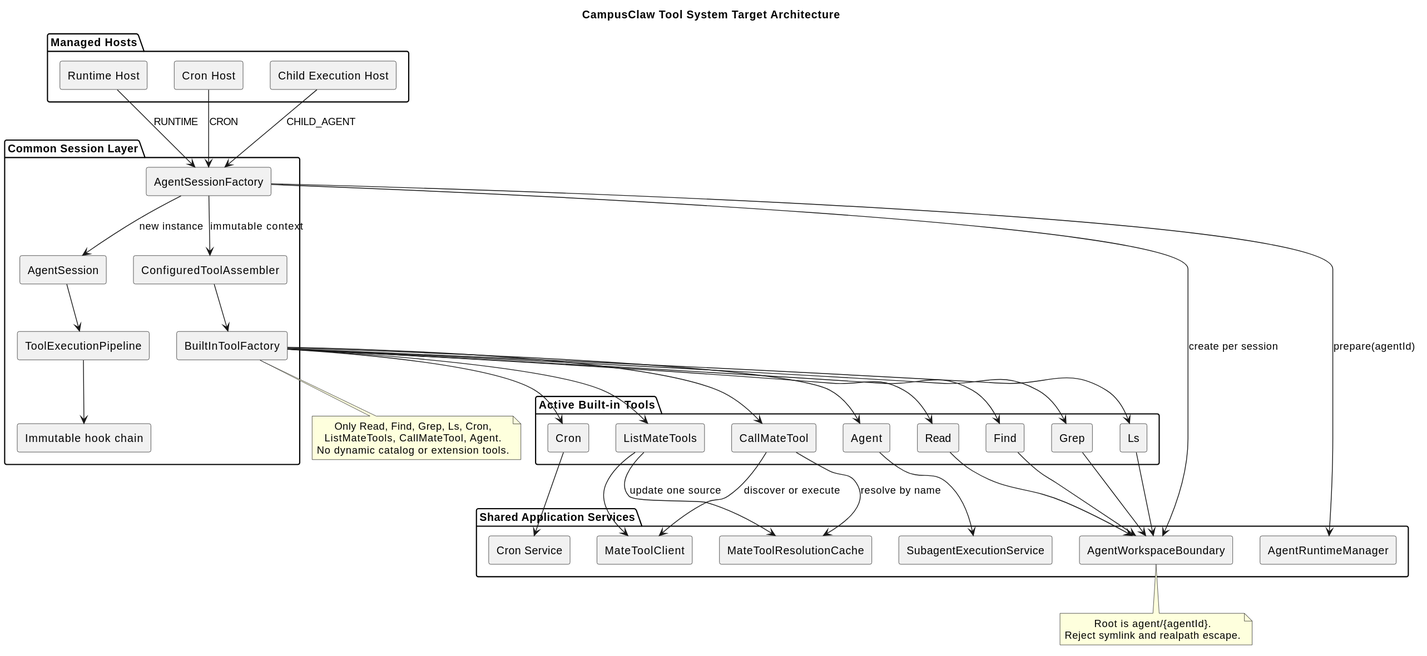
Before: pi-mono-java-tool-system/tool_system_architecture.svg, a diagram exported from PlantUML (ssm0808/pi-mono-java-design). Source of this version:
```plantuml
@startuml
title CampusClaw Tool System Target Architecture
skinparam componentStyle rectangle
skinparam shadowing false
skinparam defaultTextAlignment center


package "Managed Hosts" {
  [Runtime Host] as RuntimeHost
  [Cron Host] as CronHost
  [Child Execution Host] as ChildHost
}

package "Common Session Layer" {
  [AgentSessionFactory] as SessionFactory
  [AgentSession] as Session
  [ConfiguredToolAssembler] as Assembler
  [BuiltInToolFactory] as ToolFactory
  [ToolExecutionPipeline] as Pipeline
  [Immutable hook chain] as Hooks
}

package "Active Built-in Tools" {
  [Read]
  [Find]
  [Grep]
  [Ls]
  [Cron]
  [ListMateTools]
  [CallMateTool]
  [Agent]
}

package "Shared Application Services" {
  [AgentRuntimeManager] as RuntimeManager
  [AgentWorkspaceBoundary] as Workspace
  [MateToolClient] as MateClient
  [MateToolResolutionCache] as MateCache
  [Cron Service] as CronService
  [SubagentExecutionService] as ChildService
}

RuntimeHost --> SessionFactory : RUNTIME
CronHost --> SessionFactory : CRON
ChildHost --> SessionFactory : CHILD_AGENT
SessionFactory --> RuntimeManager : prepare(agentId)
SessionFactory --> Workspace : create per session
SessionFactory --> Assembler : immutable context
Assembler --> ToolFactory
ToolFactory --> Read
ToolFactory --> Find
ToolFactory --> Grep
ToolFactory --> Ls
ToolFactory --> Cron
ToolFactory --> ListMateTools
ToolFactory --> CallMateTool
ToolFactory --> Agent
SessionFactory --> Session : new instance
Session --> Pipeline
Pipeline --> Hooks
ListMateTools --> MateClient
ListMateTools --> MateCache : update one source
CallMateTool --> MateCache : resolve by name
CallMateTool --> MateClient : discover or execute
Cron --> CronService
Agent --> ChildService
Read --> Workspace
Find --> Workspace
Grep --> Workspace
Ls --> Workspace

note bottom of ToolFactory
Only Read, Find, Grep, Ls, Cron,
ListMateTools, CallMateTool, Agent.
No dynamic catalog or extension tools.
end note

note bottom of Workspace
Root is agent/{agentId}.
Reject symlink and realpath escape.
end note
@enduml
```
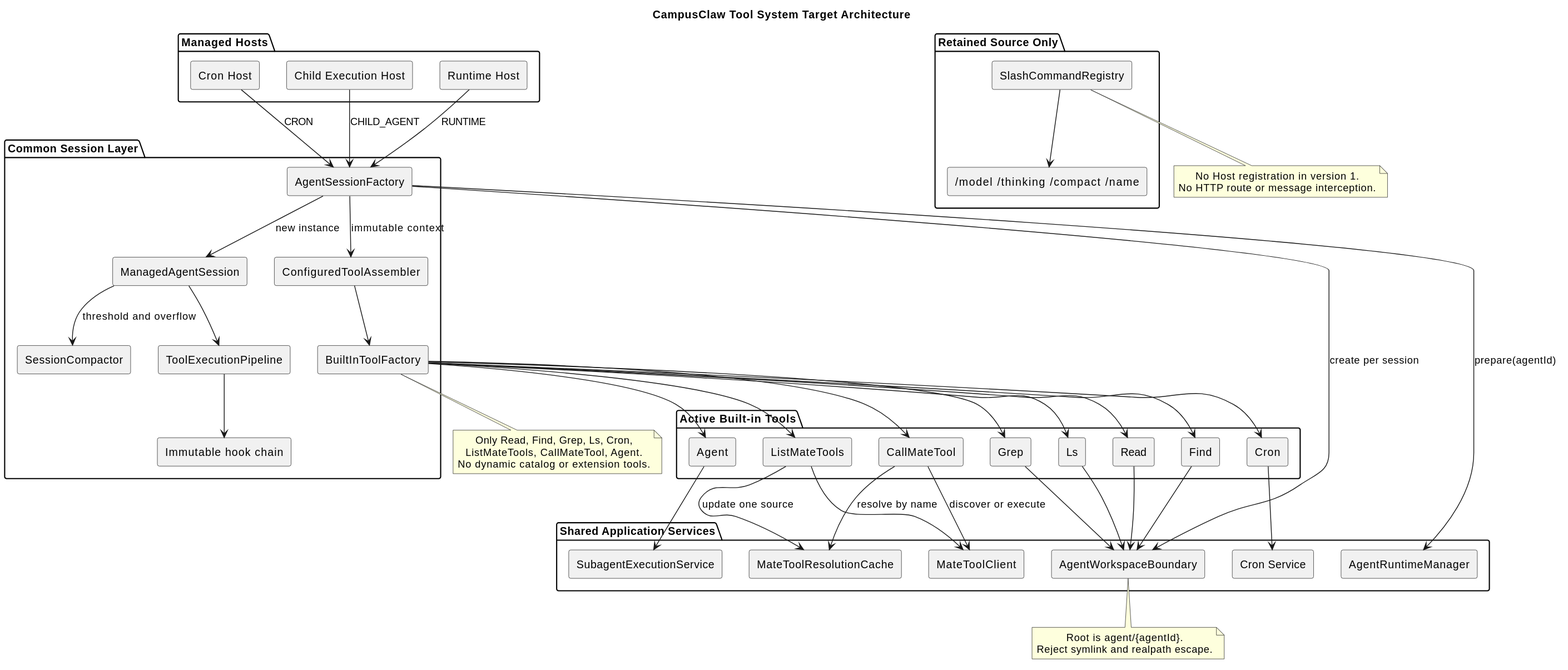
After the change.

The edit, as a diff of the source:
```diff
@@ -13,11 +13,17 @@
 
 package "Common Session Layer" {
   [AgentSessionFactory] as SessionFactory
-  [AgentSession] as Session
+  [ManagedAgentSession] as Session
+  [SessionCompactor] as Compactor
   [ConfiguredToolAssembler] as Assembler
   [BuiltInToolFactory] as ToolFactory
   [ToolExecutionPipeline] as Pipeline
   [Immutable hook chain] as Hooks
+}
+
+package "Retained Source Only" {
+  [SlashCommandRegistry] as Slash
+  [/model /thinking /compact /name] as SlashHandlers
 }
 
 package "Active Built-in Tools" {
@@ -57,7 +63,9 @@
 ToolFactory --> Agent
 SessionFactory --> Session : new instance
 Session --> Pipeline
+Session --> Compactor : threshold and overflow
 Pipeline --> Hooks
+Slash --> SlashHandlers
 ListMateTools --> MateClient
 ListMateTools --> MateCache : update one source
 CallMateTool --> MateCache : resolve by name
@@ -79,4 +87,9 @@
 Root is agent/{agentId}.
 Reject symlink and realpath escape.
 end note
+
+note bottom of Slash
+No Host registration in version 1.
+No HTTP route or message interception.
+end note
 @enduml
```
